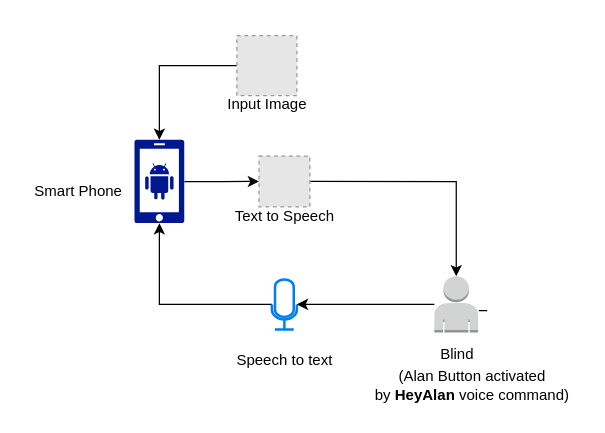
Earlier version of the draw.io diagram Untitled Diagram.drawio (Aleena-Ashraf/yo-whatup.github.io). Source tidied: cells renumbered, new cells numbered last; positions are measured from the earlier drawing's top-left corner, leaving out a move shared by most shapes. Both pictures are drawn from the tidied source at 125%, with x=0, y=0 at pixel (21, 35). Pictures stored in the file or linked from it are replaced by grey dashed boxes.
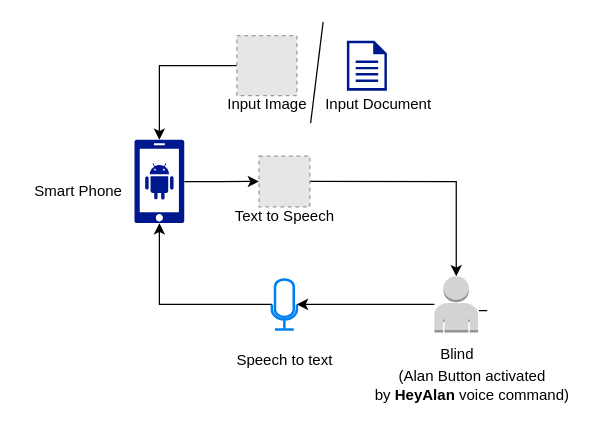
After the change.

What changed in the source:
```diff
@@
+    <mxCell id="19" style="sketch=0;shadow=0;dashed=0;html=1;strokeColor=none;labelPosition=center;verticalLabelPosition=bottom;verticalAlign=top;align=center;fillColor=#00188D;shape=mxgraph.mscae.enterprise.document;" parent="1" vertex="1">
+      <mxGeometry x="260" y="4" width="32" height="40" as="geometry" />
+    </mxCell>
+    <mxCell id="20" style="endArrow=none;html=1;rounded=0;" parent="1" edge="1">
+      <mxGeometry relative="1" as="geometry">
+        <mxPoint x="231" y="70" as="sourcePoint" />
+        <mxPoint x="241" y="-11" as="targetPoint" />
+      </mxGeometry>
+    </mxCell>
+    <mxCell id="21" value="Input Document" style="text;html=1;align=center;verticalAlign=middle;fillColor=none;strokeColor=none;rounded=0;" parent="1" vertex="1">
+      <mxGeometry x="230.3" y="40" width="110" height="30" as="geometry" />
+    </mxCell>
```
